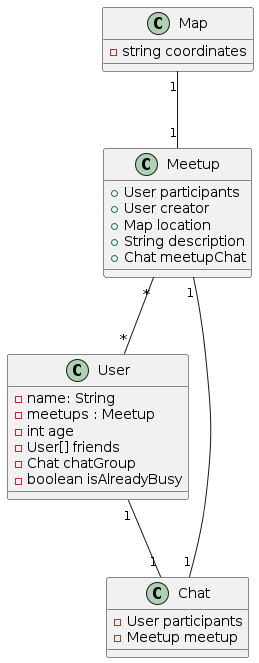
The PlantUML diagram images/diagram-classes.png in 2223-3bhif-syp/02-projekte-mopedmeetup, before a commit.
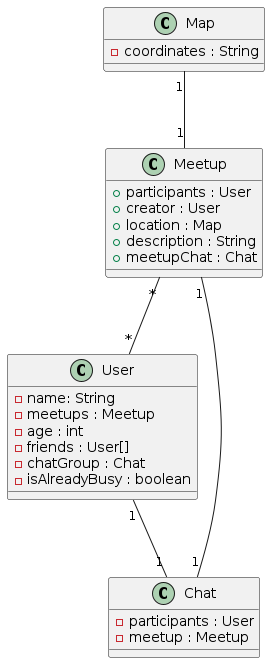
Later version of the same file.

Change to the diagram source:
```diff
@@ -2,25 +2,25 @@
 class User {
     - name: String
     - meetups : Meetup
-    - int age
-    - User[] friends
-    - Chat chatGroup
-    - boolean isAlreadyBusy
+    - age : int
+    - friends : User[]
+    - chatGroup : Chat
+    - isAlreadyBusy : boolean
 }
 class Meetup {
-    + User participants
-    + User creator
-    + Map location
-    + String description
-    + Chat meetupChat
+    + participants : User
+    + creator : User
+    + location : Map
+    + description : String
+    + meetupChat : Chat
 }
 
 class Map {
-    -string coordinates
+    - coordinates : String
 }
 class Chat {
-    - User participants
-    - Meetup meetup
+    - participants : User
+    - meetup : Meetup
 }
 
 Meetup "*"--"*" User : ""
```
